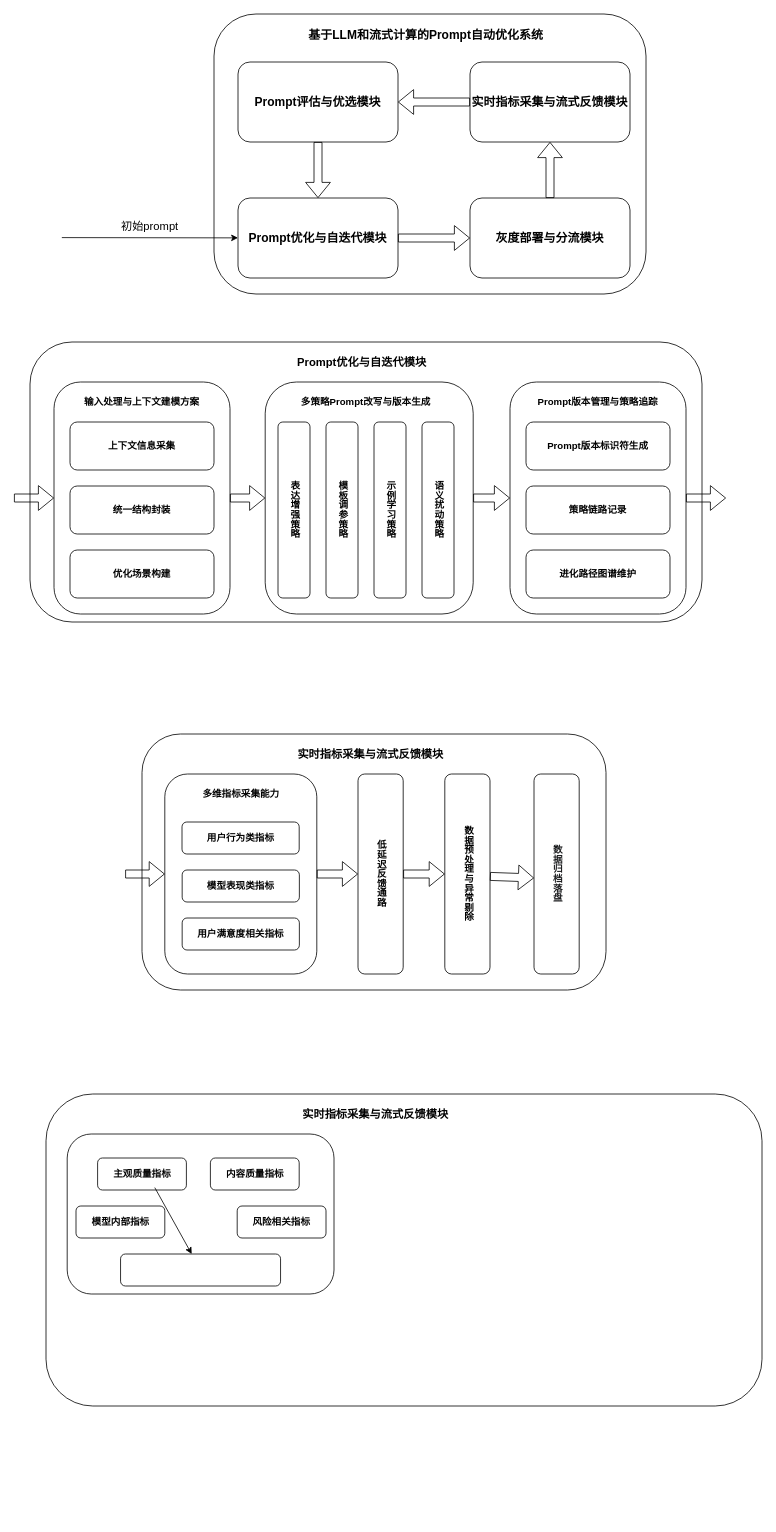
This is Comment/未命名绘图.drawio from Mrssqin/draw, a draw.io file, before an edit. Source tidied: cells renumbered, new cells numbered last; positions are measured from the earlier drawing's top-left corner, leaving out a move shared by most shapes. Both pictures are drawn from the tidied source at 80%, with x=0, y=0 at pixel (14, 14).
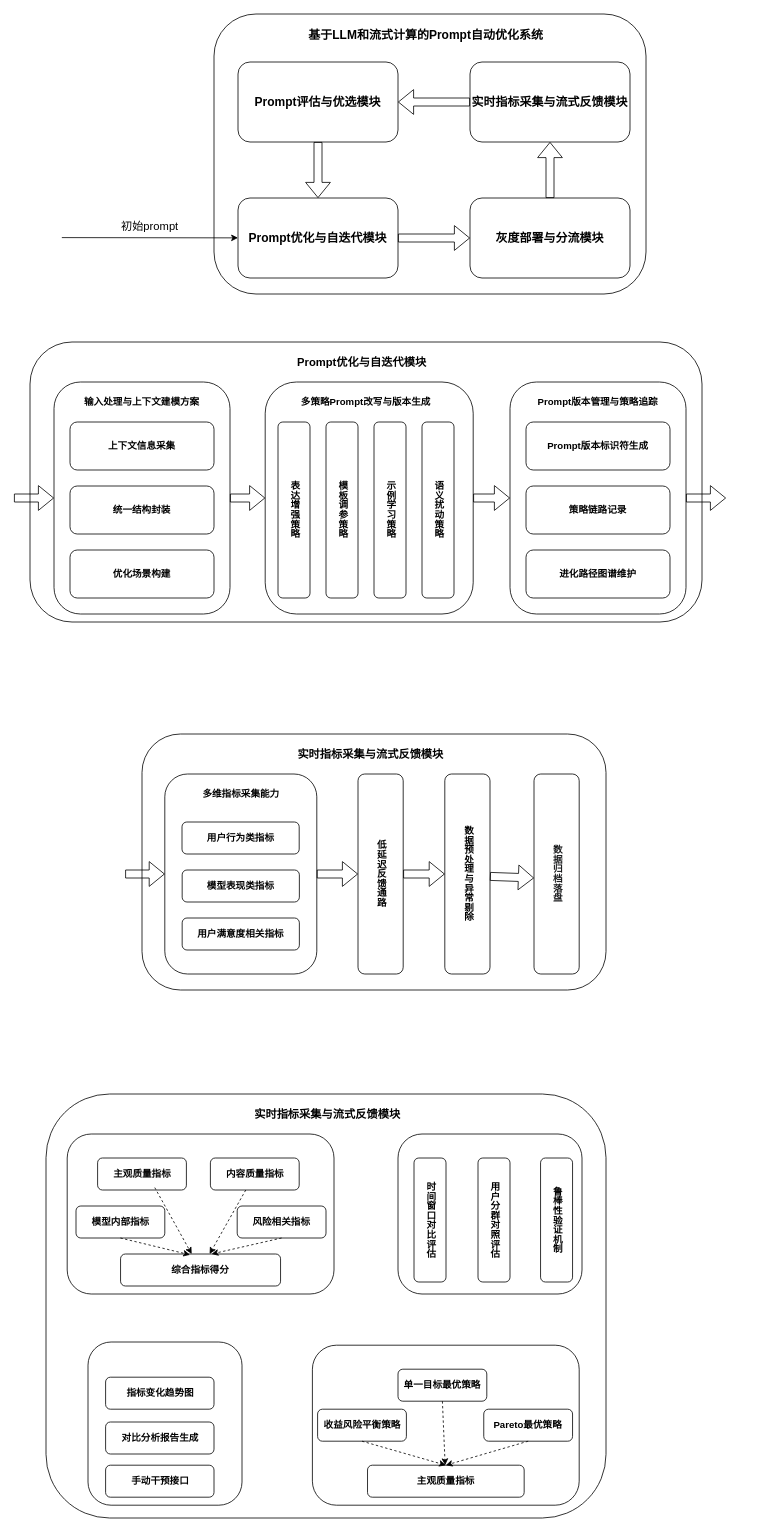
The same page after the edit.

Commit message (it also covers changes not shown here):
更新未命名绘图.drawio

Unchanged cells that the change refers to:
```xml
<mxCell id="52" value="&lt;b style=&quot;background-color: transparent; color: light-dark(rgb(0, 0, 0), rgb(255, 255, 255)); font-weight: bold;&quot;&gt;内容质量指标&lt;/b&gt;&lt;span class=&quot;mp-morpho-clipboard-doc-data&quot; data-morpho-doc-data=&quot;{&amp;quot;token&amp;quot;:&amp;quot;eyJhbGciOiJkaXIiLCJlbmMiOiJBMjU2R0NNIiwiYXBwSWQiOjEsInVpZCI6Ik9UTGszSzE0MUIiLCJkb2NJZCI6Iklva3RoRm1QRExmdTJzIn0..PLM695F7OLUKYBq6.pLq-FQjPBczpItmwOh4ZW0uYPRhOBlbCz8YWpCEhhjt7BF-pnjSfnWdu2Fmjc7VXdDRBUoyjT-BpY-ALlnl2OXvZNR3gXWINHDP6lU0rGojfuVU5cC1_3ToAKtlT7ybksPMMETnjsgNX-z2ijbktiFu4n567qZCZvo0vowr3_w3CYDpdbulUg-4RivVGqKluaLaf5slXxZTphLpaeCs-46T8Pw.FYQd-wOyFWTnTlqUN4SDpg&amp;quot;,&amp;quot;appId&amp;quot;:&amp;quot;1&amp;quot;}&quot;&gt;&lt;/span&gt;" style="rounded=1;whiteSpace=wrap;html=1;" parent="1" vertex="1">
  <mxGeometry x="245.5" y="1430" width="111" height="40" as="geometry" />
</mxCell>
<mxCell id="53" value="&lt;b style=&quot;background-color: transparent; color: light-dark(rgb(0, 0, 0), rgb(255, 255, 255)); font-weight: bold;&quot;&gt;主观质量指标&lt;/b&gt;&lt;span class=&quot;mp-morpho-clipboard-doc-data&quot; data-morpho-doc-data=&quot;{&amp;quot;token&amp;quot;:&amp;quot;eyJhbGciOiJkaXIiLCJlbmMiOiJBMjU2R0NNIiwiYXBwSWQiOjEsInVpZCI6Ik9UTGszSzE0MUIiLCJkb2NJZCI6Iklva3RoRm1QRExmdTJzIn0..PLM695F7OLUKYBq6.pLq-FQjPBczpItmwOh4ZW0uYPRhOBlbCz8YWpCEhhjt7BF-pnjSfnWdu2Fmjc7VXdDRBUoyjT-BpY-ALlnl2OXvZNR3gXWINHDP6lU0rGojfuVU5cC1_3ToAKtlT7ybksPMMETnjsgNX-z2ijbktiFu4n567qZCZvo0vowr3_w3CYDpdbulUg-4RivVGqKluaLaf5slXxZTphLpaeCs-46T8Pw.FYQd-wOyFWTnTlqUN4SDpg&amp;quot;,&amp;quot;appId&amp;quot;:&amp;quot;1&amp;quot;}&quot;&gt;&lt;/span&gt;" style="rounded=1;whiteSpace=wrap;html=1;" parent="1" vertex="1">
  <mxGeometry x="104.5" y="1430" width="111" height="40" as="geometry" />
</mxCell>
<mxCell id="54" value="&lt;b style=&quot;background-color: transparent; color: light-dark(rgb(0, 0, 0), rgb(255, 255, 255)); font-weight: bold;&quot;&gt;风险相关指标&lt;/b&gt;&lt;span class=&quot;mp-morpho-clipboard-doc-data&quot; data-morpho-doc-data=&quot;{&amp;quot;token&amp;quot;:&amp;quot;eyJhbGciOiJkaXIiLCJlbmMiOiJBMjU2R0NNIiwiYXBwSWQiOjEsInVpZCI6Ik9UTGszSzE0MUIiLCJkb2NJZCI6Iklva3RoRm1QRExmdTJzIn0..PLM695F7OLUKYBq6.pLq-FQjPBczpItmwOh4ZW0uYPRhOBlbCz8YWpCEhhjt7BF-pnjSfnWdu2Fmjc7VXdDRBUoyjT-BpY-ALlnl2OXvZNR3gXWINHDP6lU0rGojfuVU5cC1_3ToAKtlT7ybksPMMETnjsgNX-z2ijbktiFu4n567qZCZvo0vowr3_w3CYDpdbulUg-4RivVGqKluaLaf5slXxZTphLpaeCs-46T8Pw.FYQd-wOyFWTnTlqUN4SDpg&amp;quot;,&amp;quot;appId&amp;quot;:&amp;quot;1&amp;quot;}&quot;&gt;&lt;/span&gt;" style="rounded=1;whiteSpace=wrap;html=1;" parent="1" vertex="1">
  <mxGeometry x="279" y="1490" width="111" height="40" as="geometry" />
</mxCell>
<mxCell id="55" value="&lt;b style=&quot;background-color: transparent; color: light-dark(rgb(0, 0, 0), rgb(255, 255, 255)); font-weight: bold;&quot;&gt;模型内部指标&lt;/b&gt;&lt;span class=&quot;mp-morpho-clipboard-doc-data&quot; data-morpho-doc-data=&quot;{&amp;quot;token&amp;quot;:&amp;quot;eyJhbGciOiJkaXIiLCJlbmMiOiJBMjU2R0NNIiwiYXBwSWQiOjEsInVpZCI6Ik9UTGszSzE0MUIiLCJkb2NJZCI6Iklva3RoRm1QRExmdTJzIn0..PLM695F7OLUKYBq6.pLq-FQjPBczpItmwOh4ZW0uYPRhOBlbCz8YWpCEhhjt7BF-pnjSfnWdu2Fmjc7VXdDRBUoyjT-BpY-ALlnl2OXvZNR3gXWINHDP6lU0rGojfuVU5cC1_3ToAKtlT7ybksPMMETnjsgNX-z2ijbktiFu4n567qZCZvo0vowr3_w3CYDpdbulUg-4RivVGqKluaLaf5slXxZTphLpaeCs-46T8Pw.FYQd-wOyFWTnTlqUN4SDpg&amp;quot;,&amp;quot;appId&amp;quot;:&amp;quot;1&amp;quot;}&quot;&gt;&lt;/span&gt;" style="rounded=1;whiteSpace=wrap;html=1;" parent="1" vertex="1">
  <mxGeometry x="77.5" y="1490" width="111" height="40" as="geometry" />
</mxCell>
```

Change to the diagram source:
```diff
@@
     <mxCell id="50" style="rounded=1;whiteSpace=wrap;html=1;" parent="1" vertex="1">
-      <mxGeometry x="40" y="1350" width="895" height="390" as="geometry" />
+      <mxGeometry x="40" y="1350" width="700" height="530" as="geometry" />
     </mxCell>
@@
-    <mxCell id="56" style="rounded=1;whiteSpace=wrap;html=1;" parent="1" vertex="1">
+    <mxCell id="56" value="&lt;b&gt;综合指标得分&lt;/b&gt;" style="rounded=1;whiteSpace=wrap;html=1;" parent="1" vertex="1">
       <mxGeometry x="133.2" y="1550" width="200" height="40" as="geometry" />
     </mxCell>
     <mxCell id="57" value="&lt;p style=&quot;margin: 0px; font-variant-numeric: normal; font-variant-east-asian: normal; font-variant-alternates: normal; font-size-adjust: none; font-kerning: auto; font-optical-sizing: auto; font-feature-settings: normal; font-variation-settings: normal; font-variant-position: normal; font-variant-emoji: normal; font-stretch: normal; line-height: normal; font-family: &amp;quot;PingFang SC&amp;quot;; text-align: start;&quot; class=&quot;p1&quot;&gt;&lt;span class=&quot;mp-morpho-clipboard-doc-data&quot; data-morpho-doc-data=&quot;{&amp;quot;token&amp;quot;:&amp;quot;eyJhbGciOiJkaXIiLCJlbmMiOiJBMjU2R0NNIiwiYXBwSWQiOjEsInVpZCI6Ik9UTGszSzE0MUIiLCJkb2NJZCI6Iklva3RoRm1QRExmdTJzIn0..PLM695F7OLUKYBq6.pLq-FQjPBczpItmwOh4ZW0uYPRhOBlbCz8YWpCEhhjt7BF-pnjSfnWdu2Fmjc7VXdDRBUoyjT-BpY-ALlnl2OXvZNR3gXWINHDP6lU0rGojfuVU5cC1_3ToAKtlT7ybksPMMETnjsgNX-z2ijbktiFu4n567qZCZvo0vowr3_w3CYDpdbulUg-4RivVGqKluaLaf5slXxZTphLpaeCs-46T8Pw.FYQd-wOyFWTnTlqUN4SDpg&amp;quot;,&amp;quot;appId&amp;quot;:&amp;quot;1&amp;quot;}&quot;&gt;&lt;/span&gt;&lt;/p&gt;&lt;h3 style=&quot;padding-left:0px&quot; class=&quot;mp-heading&quot;&gt;&lt;span class=&quot;mp-morpho-clipboard-doc-data&quot; data-morpho-doc-data=&quot;{&amp;quot;token&amp;quot;:&amp;quot;eyJhbGciOiJkaXIiLCJlbmMiOiJBMjU2R0NNIiwiYXBwSWQiOjEsInVpZCI6Ik9UTGszSzE0MUIiLCJkb2NJZCI6Iklva3RoRm1QRExmdTJzIn0..PLM695F7OLUKYBq6.pLq-FQjPBczpItmwOh4ZW0uYPRhOBlbCz8YWpCEhhjt7BF-pnjSfnWdu2Fmjc7VXdDRBUoyjT-BpY-ALlnl2OXvZNR3gXWINHDP6lU0rGojfuVU5cC1_3ToAKtlT7ybksPMMETnjsgNX-z2ijbktiFu4n567qZCZvo0vowr3_w3CYDpdbulUg-4RivVGqKluaLaf5slXxZTphLpaeCs-46T8Pw.FYQd-wOyFWTnTlqUN4SDpg&amp;quot;,&amp;quot;appId&amp;quot;:&amp;quot;1&amp;quot;}&quot;&gt;&lt;/span&gt;&lt;/h3&gt;&lt;h3 style=&quot;padding-left:0px&quot; class=&quot;mp-heading&quot;&gt;&amp;nbsp;实时指标采集与流式反馈模块&lt;/h3&gt;" style="text;html=1;align=center;verticalAlign=middle;whiteSpace=wrap;rounded=0;" parent="1" vertex="1">
-      <mxGeometry x="295" y="1360" width="310" height="30" as="geometry" />
+      <mxGeometry x="235" y="1360" width="310" height="30" as="geometry" />
     </mxCell>
-    <mxCell id="58" style="endArrow=classic;html=1;rounded=0;exitX=0.644;exitY=0.925;exitDx=0;exitDy=0;exitPerimeter=0;" parent="1" edge="1" source="53" target="56">
+    <mxCell id="58" style="endArrow=classic;html=1;rounded=0;exitX=0.644;exitY=0.925;exitDx=0;exitDy=0;exitPerimeter=0;dashed=1;" parent="1" edge="1" source="53" target="56">
       <mxGeometry relative="1" as="geometry" />
     </mxCell>
+    <mxCell id="59" style="endArrow=classic;html=1;rounded=0;exitX=0.5;exitY=1;exitDx=0;exitDy=0;dashed=1;entryX=0.434;entryY=0.025;entryDx=0;entryDy=0;entryPerimeter=0;" parent="1" edge="1" source="55" target="56">
+      <mxGeometry relative="1" as="geometry" />
+    </mxCell>
+    <mxCell id="60" style="endArrow=classic;html=1;rounded=0;dashed=1;" parent="1" edge="1" source="52" target="56">
+      <mxGeometry relative="1" as="geometry" />
+    </mxCell>
+    <mxCell id="61" style="endArrow=classic;html=1;rounded=0;dashed=1;exitX=0.5;exitY=1;exitDx=0;exitDy=0;entryX=0.569;entryY=0;entryDx=0;entryDy=0;entryPerimeter=0;" parent="1" edge="1" source="54" target="56">
+      <mxGeometry relative="1" as="geometry" />
+    </mxCell>
+    <mxCell id="62" style="rounded=1;whiteSpace=wrap;html=1;" parent="1" vertex="1">
+      <mxGeometry x="480" y="1400" width="230" height="200" as="geometry" />
+    </mxCell>
+    <mxCell id="63" value="&lt;b style=&quot;background-color: transparent; color: light-dark(rgb(0, 0, 0), rgb(255, 255, 255)); font-weight: bold;&quot;&gt;时间窗口对比评估&lt;/b&gt;&lt;span class=&quot;mp-morpho-clipboard-doc-data&quot; data-morpho-doc-data=&quot;{&amp;quot;token&amp;quot;:&amp;quot;eyJhbGciOiJkaXIiLCJlbmMiOiJBMjU2R0NNIiwiYXBwSWQiOjEsInVpZCI6Ik9UTGszSzE0MUIiLCJkb2NJZCI6Iklva3RoRm1QRExmdTJzIn0..PLM695F7OLUKYBq6.pLq-FQjPBczpItmwOh4ZW0uYPRhOBlbCz8YWpCEhhjt7BF-pnjSfnWdu2Fmjc7VXdDRBUoyjT-BpY-ALlnl2OXvZNR3gXWINHDP6lU0rGojfuVU5cC1_3ToAKtlT7ybksPMMETnjsgNX-z2ijbktiFu4n567qZCZvo0vowr3_w3CYDpdbulUg-4RivVGqKluaLaf5slXxZTphLpaeCs-46T8Pw.FYQd-wOyFWTnTlqUN4SDpg&amp;quot;,&amp;quot;appId&amp;quot;:&amp;quot;1&amp;quot;}&quot;&gt;&lt;/span&gt;" style="rounded=1;whiteSpace=wrap;html=1;textDirection=vertical-lr;" parent="1" vertex="1">
+      <mxGeometry x="500" y="1430" width="40" height="155" as="geometry" />
+    </mxCell>
+    <mxCell id="64" value="&lt;b style=&quot;background-color: transparent; color: light-dark(rgb(0, 0, 0), rgb(255, 255, 255)); font-weight: bold;&quot;&gt;鲁棒性验证机制&lt;/b&gt;&lt;span class=&quot;mp-morpho-clipboard-doc-data&quot; data-morpho-doc-data=&quot;{&amp;quot;token&amp;quot;:&amp;quot;eyJhbGciOiJkaXIiLCJlbmMiOiJBMjU2R0NNIiwiYXBwSWQiOjEsInVpZCI6Ik9UTGszSzE0MUIiLCJkb2NJZCI6Iklva3RoRm1QRExmdTJzIn0..PLM695F7OLUKYBq6.pLq-FQjPBczpItmwOh4ZW0uYPRhOBlbCz8YWpCEhhjt7BF-pnjSfnWdu2Fmjc7VXdDRBUoyjT-BpY-ALlnl2OXvZNR3gXWINHDP6lU0rGojfuVU5cC1_3ToAKtlT7ybksPMMETnjsgNX-z2ijbktiFu4n567qZCZvo0vowr3_w3CYDpdbulUg-4RivVGqKluaLaf5slXxZTphLpaeCs-46T8Pw.FYQd-wOyFWTnTlqUN4SDpg&amp;quot;,&amp;quot;appId&amp;quot;:&amp;quot;1&amp;quot;}&quot;&gt;&lt;/span&gt;" style="rounded=1;whiteSpace=wrap;html=1;textDirection=vertical-lr;" parent="1" vertex="1">
+      <mxGeometry x="658.2" y="1430" width="40" height="155" as="geometry" />
+    </mxCell>
+    <mxCell id="65" value="&lt;b style=&quot;background-color: transparent; color: light-dark(rgb(0, 0, 0), rgb(255, 255, 255)); font-weight: bold;&quot;&gt;用户分群对照评估&lt;/b&gt;&lt;span class=&quot;mp-morpho-clipboard-doc-data&quot; data-morpho-doc-data=&quot;{&amp;quot;token&amp;quot;:&amp;quot;eyJhbGciOiJkaXIiLCJlbmMiOiJBMjU2R0NNIiwiYXBwSWQiOjEsInVpZCI6Ik9UTGszSzE0MUIiLCJkb2NJZCI6Iklva3RoRm1QRExmdTJzIn0..PLM695F7OLUKYBq6.pLq-FQjPBczpItmwOh4ZW0uYPRhOBlbCz8YWpCEhhjt7BF-pnjSfnWdu2Fmjc7VXdDRBUoyjT-BpY-ALlnl2OXvZNR3gXWINHDP6lU0rGojfuVU5cC1_3ToAKtlT7ybksPMMETnjsgNX-z2ijbktiFu4n567qZCZvo0vowr3_w3CYDpdbulUg-4RivVGqKluaLaf5slXxZTphLpaeCs-46T8Pw.FYQd-wOyFWTnTlqUN4SDpg&amp;quot;,&amp;quot;appId&amp;quot;:&amp;quot;1&amp;quot;}&quot;&gt;&lt;/span&gt;" style="rounded=1;whiteSpace=wrap;html=1;textDirection=vertical-lr;" parent="1" vertex="1">
+      <mxGeometry x="580" y="1430" width="40" height="155" as="geometry" />
+    </mxCell>
+    <mxCell id="66" style="rounded=1;whiteSpace=wrap;html=1;" parent="1" vertex="1">
+      <mxGeometry x="373" y="1664" width="333.5" height="200" as="geometry" />
+    </mxCell>
+    <mxCell id="67" value="&lt;b style=&quot;background-color: transparent; color: light-dark(rgb(0, 0, 0), rgb(255, 255, 255)); font-weight: bold;&quot;&gt;单一目标最优策略&lt;/b&gt;&lt;span class=&quot;mp-morpho-clipboard-doc-data&quot; data-morpho-doc-data=&quot;{&amp;quot;token&amp;quot;:&amp;quot;eyJhbGciOiJkaXIiLCJlbmMiOiJBMjU2R0NNIiwiYXBwSWQiOjEsInVpZCI6Ik9UTGszSzE0MUIiLCJkb2NJZCI6Iklva3RoRm1QRExmdTJzIn0..PLM695F7OLUKYBq6.pLq-FQjPBczpItmwOh4ZW0uYPRhOBlbCz8YWpCEhhjt7BF-pnjSfnWdu2Fmjc7VXdDRBUoyjT-BpY-ALlnl2OXvZNR3gXWINHDP6lU0rGojfuVU5cC1_3ToAKtlT7ybksPMMETnjsgNX-z2ijbktiFu4n567qZCZvo0vowr3_w3CYDpdbulUg-4RivVGqKluaLaf5slXxZTphLpaeCs-46T8Pw.FYQd-wOyFWTnTlqUN4SDpg&amp;quot;,&amp;quot;appId&amp;quot;:&amp;quot;1&amp;quot;}&quot;&gt;&lt;/span&gt;" style="rounded=1;whiteSpace=wrap;html=1;" parent="1" vertex="1">
+      <mxGeometry x="480" y="1694" width="111" height="40" as="geometry" />
+    </mxCell>
+    <mxCell id="68" value="&lt;b style=&quot;background-color: transparent; color: light-dark(rgb(0, 0, 0), rgb(255, 255, 255)); font-weight: bold;&quot;&gt;收益风险平衡策略&lt;/b&gt;&lt;span class=&quot;mp-morpho-clipboard-doc-data&quot; data-morpho-doc-data=&quot;{&amp;quot;token&amp;quot;:&amp;quot;eyJhbGciOiJkaXIiLCJlbmMiOiJBMjU2R0NNIiwiYXBwSWQiOjEsInVpZCI6Ik9UTGszSzE0MUIiLCJkb2NJZCI6Iklva3RoRm1QRExmdTJzIn0..PLM695F7OLUKYBq6.pLq-FQjPBczpItmwOh4ZW0uYPRhOBlbCz8YWpCEhhjt7BF-pnjSfnWdu2Fmjc7VXdDRBUoyjT-BpY-ALlnl2OXvZNR3gXWINHDP6lU0rGojfuVU5cC1_3ToAKtlT7ybksPMMETnjsgNX-z2ijbktiFu4n567qZCZvo0vowr3_w3CYDpdbulUg-4RivVGqKluaLaf5slXxZTphLpaeCs-46T8Pw.FYQd-wOyFWTnTlqUN4SDpg&amp;quot;,&amp;quot;appId&amp;quot;:&amp;quot;1&amp;quot;}&quot;&gt;&lt;/span&gt;" style="rounded=1;whiteSpace=wrap;html=1;" parent="1" vertex="1">
+      <mxGeometry x="379.5" y="1744" width="111" height="40" as="geometry" />
+    </mxCell>
+    <mxCell id="69" value="&lt;b style=&quot;background-color: transparent; color: light-dark(rgb(0, 0, 0), rgb(255, 255, 255)); font-weight: bold;&quot;&gt;Pareto最优策略&lt;/b&gt;&lt;span class=&quot;mp-morpho-clipboard-doc-data&quot; data-morpho-doc-data=&quot;{&amp;quot;token&amp;quot;:&amp;quot;eyJhbGciOiJkaXIiLCJlbmMiOiJBMjU2R0NNIiwiYXBwSWQiOjEsInVpZCI6Ik9UTGszSzE0MUIiLCJkb2NJZCI6Iklva3RoRm1QRExmdTJzIn0..PLM695F7OLUKYBq6.pLq-FQjPBczpItmwOh4ZW0uYPRhOBlbCz8YWpCEhhjt7BF-pnjSfnWdu2Fmjc7VXdDRBUoyjT-BpY-ALlnl2OXvZNR3gXWINHDP6lU0rGojfuVU5cC1_3ToAKtlT7ybksPMMETnjsgNX-z2ijbktiFu4n567qZCZvo0vowr3_w3CYDpdbulUg-4RivVGqKluaLaf5slXxZTphLpaeCs-46T8Pw.FYQd-wOyFWTnTlqUN4SDpg&amp;quot;,&amp;quot;appId&amp;quot;:&amp;quot;1&amp;quot;}&quot;&gt;&lt;/span&gt;" style="rounded=1;whiteSpace=wrap;html=1;" parent="1" vertex="1">
+      <mxGeometry x="587.2" y="1744" width="111" height="40" as="geometry" />
+    </mxCell>
+    <mxCell id="70" value="&lt;b style=&quot;background-color: transparent; color: light-dark(rgb(0, 0, 0), rgb(255, 255, 255)); font-weight: bold;&quot;&gt;主观质量指标&lt;/b&gt;&lt;span class=&quot;mp-morpho-clipboard-doc-data&quot; data-morpho-doc-data=&quot;{&amp;quot;token&amp;quot;:&amp;quot;eyJhbGciOiJkaXIiLCJlbmMiOiJBMjU2R0NNIiwiYXBwSWQiOjEsInVpZCI6Ik9UTGszSzE0MUIiLCJkb2NJZCI6Iklva3RoRm1QRExmdTJzIn0..PLM695F7OLUKYBq6.pLq-FQjPBczpItmwOh4ZW0uYPRhOBlbCz8YWpCEhhjt7BF-pnjSfnWdu2Fmjc7VXdDRBUoyjT-BpY-ALlnl2OXvZNR3gXWINHDP6lU0rGojfuVU5cC1_3ToAKtlT7ybksPMMETnjsgNX-z2ijbktiFu4n567qZCZvo0vowr3_w3CYDpdbulUg-4RivVGqKluaLaf5slXxZTphLpaeCs-46T8Pw.FYQd-wOyFWTnTlqUN4SDpg&amp;quot;,&amp;quot;appId&amp;quot;:&amp;quot;1&amp;quot;}&quot;&gt;&lt;/span&gt;" style="rounded=1;whiteSpace=wrap;html=1;" parent="1" vertex="1">
+      <mxGeometry x="441.9" y="1814" width="195.8" height="40" as="geometry" />
+    </mxCell>
+    <mxCell id="71" style="endArrow=classic;html=1;rounded=0;exitX=0.5;exitY=1;exitDx=0;exitDy=0;dashed=1;" parent="1" edge="1" source="67" target="70">
+      <mxGeometry relative="1" as="geometry" />
+    </mxCell>
+    <mxCell id="72" style="endArrow=classic;html=1;rounded=0;exitX=0.5;exitY=1;exitDx=0;exitDy=0;dashed=1;entryX=0.5;entryY=0;entryDx=0;entryDy=0;" parent="1" edge="1" source="68" target="70">
+      <mxGeometry relative="1" as="geometry" />
+    </mxCell>
+    <mxCell id="73" style="endArrow=classic;html=1;rounded=0;exitX=0.5;exitY=1;exitDx=0;exitDy=0;dashed=1;entryX=0.5;entryY=0;entryDx=0;entryDy=0;" parent="1" edge="1" source="69" target="70">
+      <mxGeometry relative="1" as="geometry" />
+    </mxCell>
+    <mxCell id="74" style="rounded=1;whiteSpace=wrap;html=1;" parent="1" vertex="1">
+      <mxGeometry x="92.5" y="1660" width="192.5" height="204" as="geometry" />
+    </mxCell>
+    <mxCell id="75" value="&lt;b style=&quot;background-color: transparent; color: light-dark(rgb(0, 0, 0), rgb(255, 255, 255)); font-weight: bold;&quot;&gt;指标变化趋势图&lt;/b&gt;&lt;span class=&quot;mp-morpho-clipboard-doc-data&quot; data-morpho-doc-data=&quot;{&amp;quot;token&amp;quot;:&amp;quot;eyJhbGciOiJkaXIiLCJlbmMiOiJBMjU2R0NNIiwiYXBwSWQiOjEsInVpZCI6Ik9UTGszSzE0MUIiLCJkb2NJZCI6Iklva3RoRm1QRExmdTJzIn0..PLM695F7OLUKYBq6.pLq-FQjPBczpItmwOh4ZW0uYPRhOBlbCz8YWpCEhhjt7BF-pnjSfnWdu2Fmjc7VXdDRBUoyjT-BpY-ALlnl2OXvZNR3gXWINHDP6lU0rGojfuVU5cC1_3ToAKtlT7ybksPMMETnjsgNX-z2ijbktiFu4n567qZCZvo0vowr3_w3CYDpdbulUg-4RivVGqKluaLaf5slXxZTphLpaeCs-46T8Pw.FYQd-wOyFWTnTlqUN4SDpg&amp;quot;,&amp;quot;appId&amp;quot;:&amp;quot;1&amp;quot;}&quot;&gt;&lt;/span&gt;" style="rounded=1;whiteSpace=wrap;html=1;" parent="1" vertex="1">
+      <mxGeometry x="114.5" y="1704" width="135.5" height="40" as="geometry" />
+    </mxCell>
+    <mxCell id="76" value="&lt;b style=&quot;background-color: transparent; color: light-dark(rgb(0, 0, 0), rgb(255, 255, 255)); font-weight: bold;&quot;&gt;对比分析报告生成&lt;/b&gt;&lt;span class=&quot;mp-morpho-clipboard-doc-data&quot; data-morpho-doc-data=&quot;{&amp;quot;token&amp;quot;:&amp;quot;eyJhbGciOiJkaXIiLCJlbmMiOiJBMjU2R0NNIiwiYXBwSWQiOjEsInVpZCI6Ik9UTGszSzE0MUIiLCJkb2NJZCI6Iklva3RoRm1QRExmdTJzIn0..PLM695F7OLUKYBq6.pLq-FQjPBczpItmwOh4ZW0uYPRhOBlbCz8YWpCEhhjt7BF-pnjSfnWdu2Fmjc7VXdDRBUoyjT-BpY-ALlnl2OXvZNR3gXWINHDP6lU0rGojfuVU5cC1_3ToAKtlT7ybksPMMETnjsgNX-z2ijbktiFu4n567qZCZvo0vowr3_w3CYDpdbulUg-4RivVGqKluaLaf5slXxZTphLpaeCs-46T8Pw.FYQd-wOyFWTnTlqUN4SDpg&amp;quot;,&amp;quot;appId&amp;quot;:&amp;quot;1&amp;quot;}&quot;&gt;&lt;/span&gt;" style="rounded=1;whiteSpace=wrap;html=1;" parent="1" vertex="1">
+      <mxGeometry x="114.5" y="1760" width="135.5" height="40" as="geometry" />
+    </mxCell>
+    <mxCell id="77" value="&lt;b style=&quot;background-color: transparent; color: light-dark(rgb(0, 0, 0), rgb(255, 255, 255)); font-weight: bold;&quot;&gt;手动干预接口&lt;/b&gt;&lt;span class=&quot;mp-morpho-clipboard-doc-data&quot; data-morpho-doc-data=&quot;{&amp;quot;token&amp;quot;:&amp;quot;eyJhbGciOiJkaXIiLCJlbmMiOiJBMjU2R0NNIiwiYXBwSWQiOjEsInVpZCI6Ik9UTGszSzE0MUIiLCJkb2NJZCI6Iklva3RoRm1QRExmdTJzIn0..PLM695F7OLUKYBq6.pLq-FQjPBczpItmwOh4ZW0uYPRhOBlbCz8YWpCEhhjt7BF-pnjSfnWdu2Fmjc7VXdDRBUoyjT-BpY-ALlnl2OXvZNR3gXWINHDP6lU0rGojfuVU5cC1_3ToAKtlT7ybksPMMETnjsgNX-z2ijbktiFu4n567qZCZvo0vowr3_w3CYDpdbulUg-4RivVGqKluaLaf5slXxZTphLpaeCs-46T8Pw.FYQd-wOyFWTnTlqUN4SDpg&amp;quot;,&amp;quot;appId&amp;quot;:&amp;quot;1&amp;quot;}&quot;&gt;&lt;/span&gt;" style="rounded=1;whiteSpace=wrap;html=1;" parent="1" vertex="1">
+      <mxGeometry x="114.5" y="1814" width="135.5" height="40" as="geometry" />
+    </mxCell>
```
